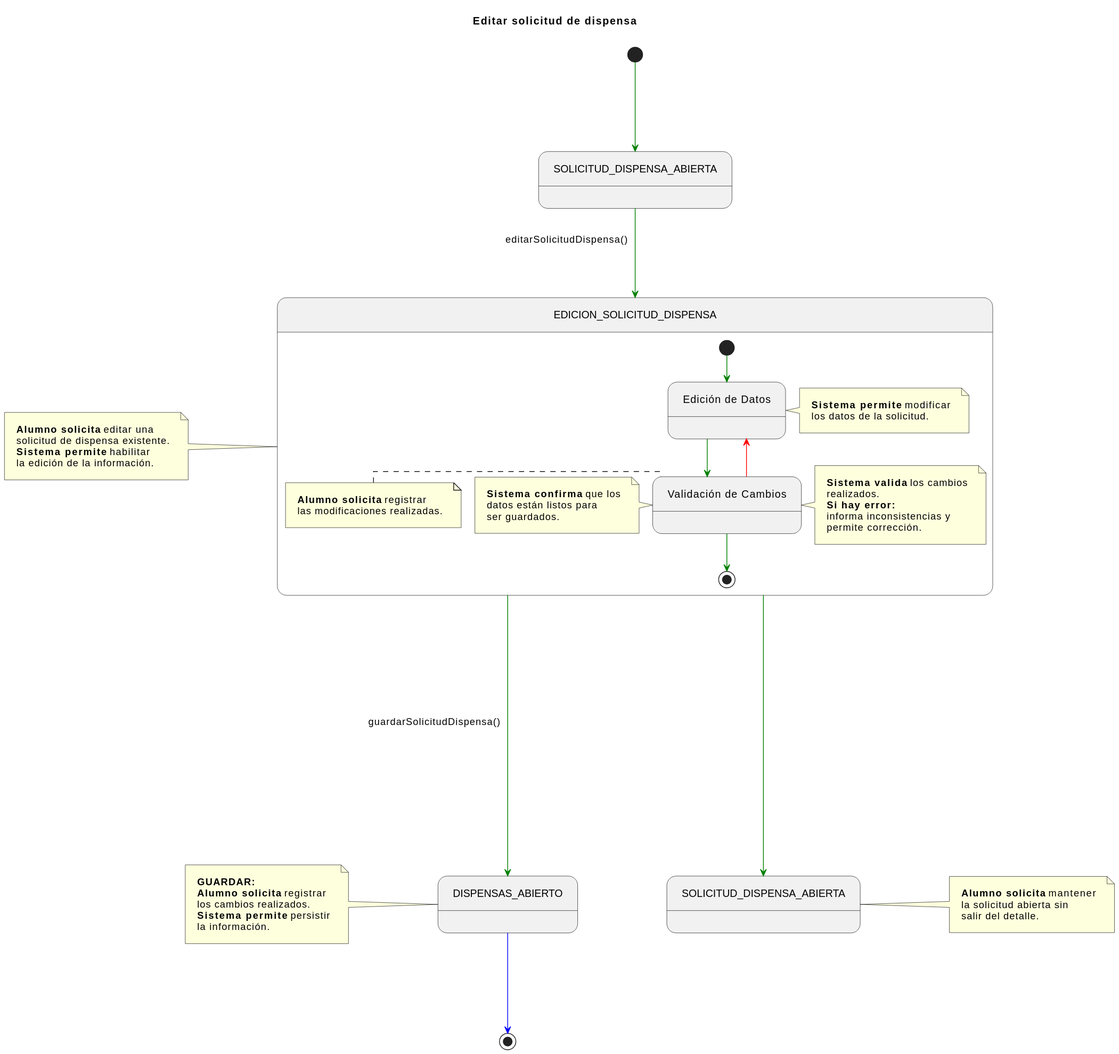
The PlantUML diagram documents/CasosDeUso/DetalladoCasosDeUso/Secretaria/editarSolicitudDispensa.svg in enmabry/25-26-IdSw1-SdR, before a commit.
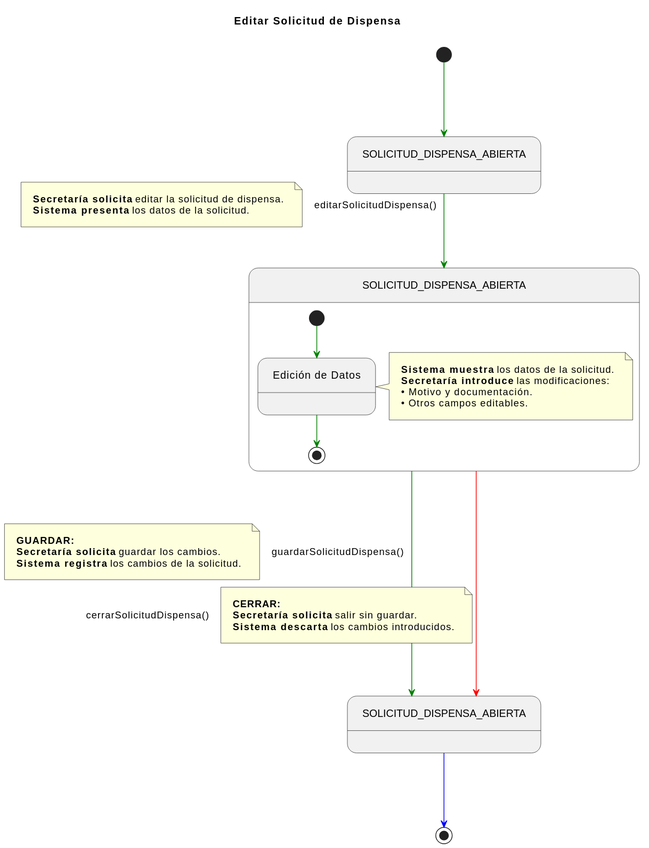
Later version of the same file.

Commit message:
fix: corregir terminología y estructura en la mayoria de los casos de uso de Secretaría

The edit, as a diff of the source:
```diff
@@ -1,87 +1,47 @@
 @startuml
-title Editar solicitud de dispensa
-
-
-skinparam nodesep 120
-skinparam ranksep 120
+title Editar Solicitud de Dispensa
+skinparam nodesep 100
+skinparam ranksep 100
 skinparam linetype ortho
 skinparam Padding 10
 
 state SOLICITUD_DISPENSA_ABIERTA_INICIAL as "SOLICITUD_DISPENSA_ABIERTA"
-state EDICION_SOLICITUD_COMP             as "EDICION_SOLICITUD_DISPENSA"
-state DISPENSAS_ABIERTO_FINAL            as "DISPENSAS_ABIERTO"
-state SOLICITUD_DISPENSA_ABIERTA_FINAL   as "SOLICITUD_DISPENSA_ABIERTA"
+state EDICION_SOLICITUD_COMP            as "SOLICITUD_DISPENSA_ABIERTA"
+state SOLICITUD_DISPENSA_ABIERTA_FINAL  as "SOLICITUD_DISPENSA_ABIERTA"
 
 [*] -[#green]-> SOLICITUD_DISPENSA_ABIERTA_INICIAL
 
 SOLICITUD_DISPENSA_ABIERTA_INICIAL -[#green]-> EDICION_SOLICITUD_COMP : editarSolicitudDispensa()
-
-note left of EDICION_SOLICITUD_COMP
-    <b>Alumno solicita</b> editar una
-    solicitud de dispensa existente.
-    <b>Sistema permite</b> habilitar
-    la edición de la información.
+note left on link
+    <b>Secretaría solicita</b> editar la solicitud de dispensa.
+    <b>Sistema presenta</b> los datos de la solicitud.
 end note
 
-
 state EDICION_SOLICITUD_COMP {
-
-    state PermitirModificacion as "Edición de Datos"
-    state ValidarModificaciones as "Validación de Cambios"
-
-    [*] -[#green]-> PermitirModificacion
-
-    note right of PermitirModificacion
-        <b>Sistema permite</b> modificar
-        los datos de la solicitud.
+    state EdicionDatos as "Edición de Datos"
+    [*] -[#green]-> EdicionDatos
+    note right of EdicionDatos
+        <b>Sistema muestra</b> los datos de la solicitud.
+        <b>Secretaría introduce</b> las modificaciones:
+        • Motivo y documentación.
+        • Otros campos editables.
     end note
-
-    PermitirModificacion -[#green]-> ValidarModificaciones
-
-    note left of ValidarModificaciones
-        <b>Alumno solicita</b> registrar
-        las modificaciones realizadas.
-    end note
-
-    ValidarModificaciones -[#red]-> PermitirModificacion
-
-    note right of ValidarModificaciones
-        <b>Sistema valida</b> los cambios
-        realizados.
-        <b>Si hay error:</b>
-        informa inconsistencias y
-        permite corrección.
-    end note
-
-    ValidarModificaciones -[#green]-> [*]
-
-    note left of ValidarModificaciones
-        <b>Sistema confirma</b> que los
-        datos están listos para
-        ser guardados.
-    end note
+    EdicionDatos -[#green]-> [*]
 }
 
-
-EDICION_SOLICITUD_COMP -[#green]---> DISPENSAS_ABIERTO_FINAL : guardarSolicitudDispensa()
-
-note left of DISPENSAS_ABIERTO_FINAL
+EDICION_SOLICITUD_COMP -[#green]---> SOLICITUD_DISPENSA_ABIERTA_FINAL : guardarSolicitudDispensa()
+note left on link
     <b>GUARDAR:</b>
-    <b>Alumno solicita</b> registrar
-    los cambios realizados.
-    <b>Sistema permite</b> persistir
-    la información.
+    <b>Secretaría solicita</b> guardar los cambios.
+    <b>Sistema registra</b> los cambios de la solicitud.
 end note
 
-
-EDICION_SOLICITUD_COMP -[#green]---> SOLICITUD_DISPENSA_ABIERTA_FINAL
-
-note right of SOLICITUD_DISPENSA_ABIERTA_FINAL
-    <b>Alumno solicita</b> mantener
-    la solicitud abierta sin
-    salir del detalle.
+EDICION_SOLICITUD_COMP -[#red]---> SOLICITUD_DISPENSA_ABIERTA_FINAL : cerrarSolicitudDispensa()
+note right on link
+    <b>CERRAR:</b>
+    <b>Secretaría solicita</b> salir sin guardar.
+    <b>Sistema descarta</b> los cambios introducidos.
 end note
 
-
-DISPENSAS_ABIERTO_FINAL -[#blue]-> [*]
+SOLICITUD_DISPENSA_ABIERTA_FINAL -[#blue]-> [*]
 @enduml
```
